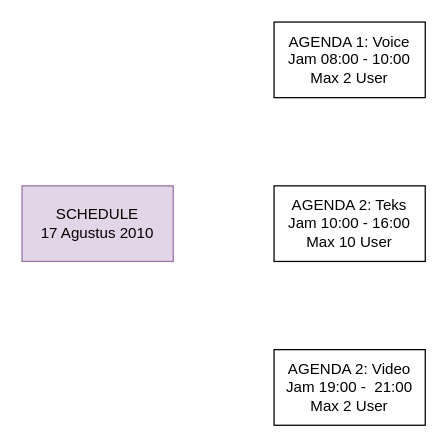
The draw.io diagram Untitled Diagram.drawio in PUYUP/sputnik, before the edit. Source tidied: cells renumbered, new cells numbered last; positions are measured from the earlier drawing's top-left corner, leaving out a move shared by most shapes. Both pictures are drawn from the tidied source at 126%, with x=0, y=0 at pixel (21, 21).
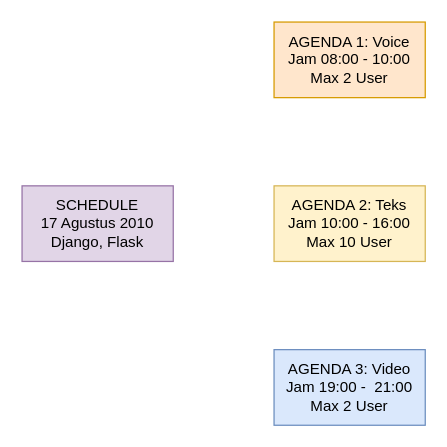
Above is the later version.

The edit, as a diff of the source:
```diff
@@
 <mxGraphModel>
   <root>
     <mxCell id="0" />
     <mxCell id="1" parent="0" />
-    <mxCell id="2" value="SCHEDULE&lt;br&gt;17 Agustus 2010" style="rounded=0;whiteSpace=wrap;html=1;fillColor=#e1d5e7;strokeColor=#9673a6;" parent="1" vertex="1">
+    <mxCell id="2" value="SCHEDULE&lt;br&gt;17 Agustus 2010&lt;br&gt;Django, Flask" style="rounded=0;whiteSpace=wrap;html=1;fillColor=#e1d5e7;strokeColor=#9673a6;" parent="1" vertex="1">
       <mxGeometry y="130" width="120" height="60" as="geometry" />
     </mxCell>
-    <mxCell id="3" value="AGENDA 1: Voice&lt;br&gt;Jam 08:00 - 10:00&lt;br&gt;Max 2 User" style="rounded=0;whiteSpace=wrap;html=1;" parent="1" vertex="1">
+    <mxCell id="3" value="AGENDA 1: Voice&lt;br&gt;Jam 08:00 - 10:00&lt;br&gt;Max 2 User" style="rounded=0;whiteSpace=wrap;html=1;fillColor=#ffe6cc;strokeColor=#d79b00;" parent="1" vertex="1">
       <mxGeometry x="200" width="120" height="60" as="geometry" />
     </mxCell>
-    <mxCell id="4" value="AGENDA 2: Teks&lt;br&gt;Jam 10:00 - 16:00&lt;br&gt;Max 10 User" style="rounded=0;whiteSpace=wrap;html=1;" parent="1" vertex="1">
+    <mxCell id="4" value="AGENDA 2: Teks&lt;br&gt;Jam 10:00 - 16:00&lt;br&gt;Max 10 User" style="rounded=0;whiteSpace=wrap;html=1;fillColor=#fff2cc;strokeColor=#d6b656;" parent="1" vertex="1">
       <mxGeometry x="200" y="130" width="120" height="60" as="geometry" />
     </mxCell>
-    <mxCell id="5" value="AGENDA 2: Video&lt;br&gt;Jam 19:00 -&amp;nbsp; 21:00&lt;br&gt;Max 2 User" style="rounded=0;whiteSpace=wrap;html=1;" parent="1" vertex="1">
+    <mxCell id="5" value="AGENDA 3: Video&lt;br&gt;Jam 19:00 -&amp;nbsp; 21:00&lt;br&gt;Max 2 User" style="rounded=0;whiteSpace=wrap;html=1;fillColor=#dae8fc;strokeColor=#6c8ebf;" parent="1" vertex="1">
       <mxGeometry x="200" y="260" width="120" height="60" as="geometry" />
     </mxCell>
   </root>
 </mxGraphModel>
```
